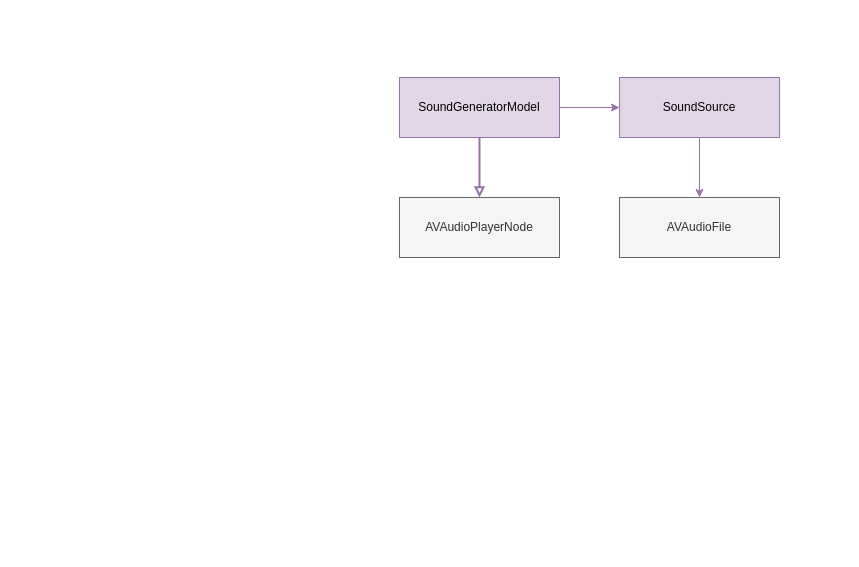
Above: page "SoundEngine Framework" (3 of 3) of Mobile Lab Design.drawio in jerryweb/The-Mobile-Lab (draw.io), before the change. Source tidied: cells renumbered, new cells numbered last; positions are measured from the earlier drawing's top-left corner, leaving out a move shared by most shapes. Both pictures are drawn from the tidied source at 100%, with x=0, y=0 at pixel (399, 77).
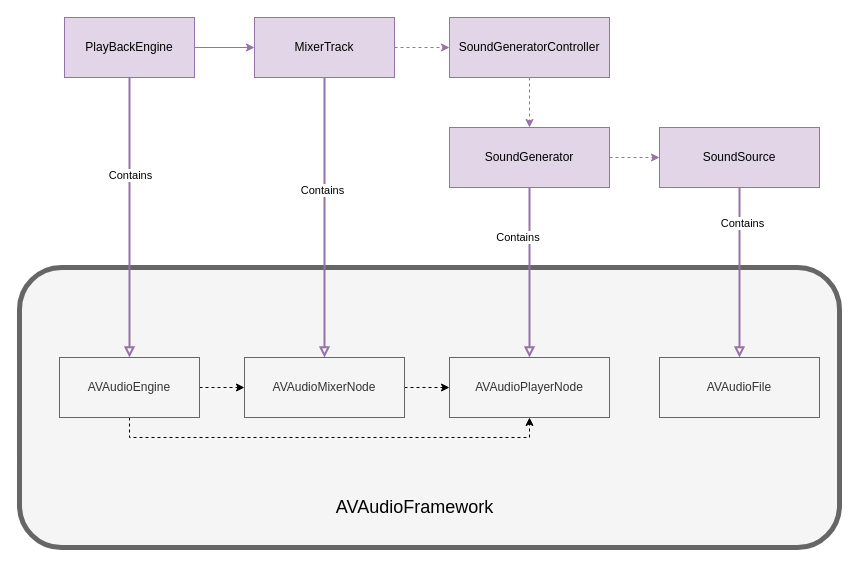
Above is the later version.

Change to the diagram source:
```diff
@@
+    <mxCell id="9" style="rounded=1;whiteSpace=wrap;html=1;fillColor=#f5f5f5;strokeColor=#666666;fontColor=#333333;strokeWidth=5;" parent="1" vertex="1">
+      <mxGeometry x="-380" y="190" width="820" height="280" as="geometry" />
+    </mxCell>
-    <mxCell id="2" style="edgeStyle=orthogonalEdgeStyle;rounded=0;jettySize=auto;html=1;endArrow=block;endFill=0;strokeWidth=2;fillColor=#e1d5e7;strokeColor=#9673a6;" parent="1" edge="1" source="4" target="5">
-      <mxGeometry relative="1" as="geometry" />
+    <mxCell id="2" value="Contains&amp;nbsp;" style="edgeStyle=orthogonalEdgeStyle;rounded=0;jettySize=auto;html=1;endArrow=block;endFill=0;strokeWidth=2;fillColor=#e1d5e7;strokeColor=#9673a6;" parent="1" edge="1" source="4" target="5">
+      <mxGeometry x="-0.41" y="-10" relative="1" as="geometry" />
     </mxCell>
-    <mxCell id="3" style="edgeStyle=orthogonalEdgeStyle;rounded=0;jettySize=auto;html=1;endArrow=classic;endFill=1;strokeWidth=1;fillColor=#e1d5e7;strokeColor=#9673a6;" parent="1" edge="1" source="4" target="7">
+    <mxCell id="3" style="edgeStyle=orthogonalEdgeStyle;rounded=0;jettySize=auto;html=1;entryX=0;entryY=0.5;entryDx=0;entryDy=0;dashed=1;fillColor=#e1d5e7;strokeColor=#9673a6;" parent="1" edge="1" source="4" target="7">
       <mxGeometry relative="1" as="geometry" />
     </mxCell>
-    <mxCell id="4" value="SoundGeneratorModel" style="rounded=0;whiteSpace=wrap;html=1;fillColor=#e1d5e7;strokeColor=#9673a6;" parent="1" vertex="1">
-      <mxGeometry width="160" height="60" as="geometry" />
+    <mxCell id="4" value="SoundGenerator" style="rounded=0;whiteSpace=wrap;html=1;fillColor=#e1d5e7;strokeColor=#9673a6;" parent="1" vertex="1">
+      <mxGeometry x="50" y="50" width="160" height="60" as="geometry" />
     </mxCell>
     <mxCell id="5" value="AVAudioPlayerNode" style="rounded=0;whiteSpace=wrap;html=1;fillColor=#f5f5f5;strokeColor=#666666;fontColor=#333333;" parent="1" vertex="1">
-      <mxGeometry y="120" width="160" height="60" as="geometry" />
+      <mxGeometry x="50" y="280" width="160" height="60" as="geometry" />
     </mxCell>
-    <mxCell id="6" style="edgeStyle=orthogonalEdgeStyle;rounded=0;jettySize=auto;html=1;fillColor=#e1d5e7;strokeColor=#9673a6;" parent="1" edge="1" source="7" target="8">
+    <mxCell id="6" style="edgeStyle=orthogonalEdgeStyle;rounded=0;jettySize=auto;html=1;fillColor=#e1d5e7;strokeColor=#9673a6;endArrow=block;endFill=0;strokeWidth=2;" parent="1" edge="1" source="7" target="8">
       <mxGeometry relative="1" as="geometry" />
     </mxCell>
+    <mxCell id="10" value="Contains" style="edgeLabel;html=1;align=center;verticalAlign=middle;" parent="6" vertex="1">
+      <mxGeometry x="-0.59" y="2" relative="1" as="geometry" />
+    </mxCell>
     <mxCell id="7" value="SoundSource" style="rounded=0;whiteSpace=wrap;html=1;fillColor=#e1d5e7;strokeColor=#9673a6;" parent="1" vertex="1">
-      <mxGeometry x="220" width="160" height="60" as="geometry" />
+      <mxGeometry x="260" y="50" width="160" height="60" as="geometry" />
     </mxCell>
     <mxCell id="8" value="AVAudioFile" style="rounded=0;whiteSpace=wrap;html=1;fillColor=#f5f5f5;strokeColor=#666666;fontColor=#333333;" parent="1" vertex="1">
-      <mxGeometry x="220" y="120" width="160" height="60" as="geometry" />
+      <mxGeometry x="260" y="280" width="160" height="60" as="geometry" />
     </mxCell>
+    <mxCell id="11" style="edgeStyle=orthogonalEdgeStyle;rounded=0;jettySize=auto;html=1;entryX=0;entryY=0.5;entryDx=0;entryDy=0;dashed=1;fillColor=#e1d5e7;strokeColor=#9673a6;" parent="1" edge="1" source="14" target="23">
+      <mxGeometry relative="1" as="geometry" />
+    </mxCell>
+    <mxCell id="12" style="edgeStyle=orthogonalEdgeStyle;rounded=0;jettySize=auto;html=1;entryX=0.5;entryY=0;entryDx=0;entryDy=0;fillColor=#e1d5e7;strokeColor=#9673a6;endArrow=block;endFill=0;strokeWidth=2;" parent="1" edge="1" source="14" target="25">
+      <mxGeometry relative="1" as="geometry" />
+    </mxCell>
+    <mxCell id="13" value="Contains" style="edgeLabel;html=1;align=center;verticalAlign=middle;" parent="12" vertex="1">
+      <mxGeometry x="-0.2" y="-3" relative="1" as="geometry" />
+    </mxCell>
+    <mxCell id="14" value="MixerTrack" style="rounded=0;whiteSpace=wrap;html=1;fillColor=#e1d5e7;strokeColor=#9673a6;" parent="1" vertex="1">
+      <mxGeometry x="-145" y="-60" width="140" height="60" as="geometry" />
+    </mxCell>
+    <mxCell id="15" style="edgeStyle=orthogonalEdgeStyle;rounded=0;jettySize=auto;html=1;fillColor=#e1d5e7;strokeColor=#9673a6;entryX=0;entryY=0.5;entryDx=0;entryDy=0;" parent="1" edge="1" source="18" target="14">
+      <mxGeometry relative="1" as="geometry" />
+    </mxCell>
+    <mxCell id="16" style="edgeStyle=orthogonalEdgeStyle;rounded=0;jettySize=auto;html=1;fillColor=#e1d5e7;strokeColor=#9673a6;endArrow=block;endFill=0;strokeWidth=2;" parent="1" edge="1" source="18" target="21">
+      <mxGeometry relative="1" as="geometry" />
+    </mxCell>
+    <mxCell id="17" value="Contains" style="edgeLabel;html=1;align=center;verticalAlign=middle;" parent="16" vertex="1">
+      <mxGeometry x="-0.31" relative="1" as="geometry" />
+    </mxCell>
+    <mxCell id="18" value="PlayBackEngine" style="rounded=0;whiteSpace=wrap;html=1;fillColor=#e1d5e7;strokeColor=#9673a6;" parent="1" vertex="1">
+      <mxGeometry x="-335" y="-60" width="130" height="60" as="geometry" />
+    </mxCell>
+    <mxCell id="19" style="edgeStyle=orthogonalEdgeStyle;rounded=0;jettySize=auto;html=1;dashed=1;" parent="1" edge="1" source="21" target="25">
+      <mxGeometry relative="1" as="geometry" />
+    </mxCell>
+    <mxCell id="20" style="edgeStyle=orthogonalEdgeStyle;rounded=0;jettySize=auto;html=1;entryX=0.5;entryY=1;entryDx=0;entryDy=0;dashed=1;exitX=0.5;exitY=1;exitDx=0;exitDy=0;" parent="1" edge="1" source="21" target="5">
+      <mxGeometry relative="1" as="geometry" />
+    </mxCell>
+    <mxCell id="21" value="AVAudioEngine" style="rounded=0;whiteSpace=wrap;html=1;fillColor=#f5f5f5;strokeColor=#666666;fontColor=#333333;" parent="1" vertex="1">
+      <mxGeometry x="-340" y="280" width="140" height="60" as="geometry" />
+    </mxCell>
+    <mxCell id="22" style="edgeStyle=orthogonalEdgeStyle;rounded=0;jettySize=auto;html=1;dashed=1;entryX=0.5;entryY=0;entryDx=0;entryDy=0;fillColor=#e1d5e7;strokeColor=#9673a6;" parent="1" edge="1" source="23" target="4">
+      <mxGeometry relative="1" as="geometry" />
+    </mxCell>
+    <mxCell id="23" value="SoundGeneratorController" style="rounded=0;whiteSpace=wrap;html=1;fillColor=#e1d5e7;strokeColor=#9673a6;" parent="1" vertex="1">
+      <mxGeometry x="50" y="-60" width="160" height="60" as="geometry" />
+    </mxCell>
+    <mxCell id="24" style="edgeStyle=orthogonalEdgeStyle;rounded=0;jettySize=auto;html=1;entryX=0;entryY=0.5;entryDx=0;entryDy=0;dashed=1;" parent="1" edge="1" source="25" target="5">
+      <mxGeometry relative="1" as="geometry" />
+    </mxCell>
+    <mxCell id="25" value="AVAudioMixerNode" style="rounded=0;whiteSpace=wrap;html=1;fillColor=#f5f5f5;strokeColor=#666666;fontColor=#333333;" parent="1" vertex="1">
+      <mxGeometry x="-155" y="280" width="160" height="60" as="geometry" />
+    </mxCell>
+    <mxCell id="26" value="&lt;font style=&quot;font-size: 18px&quot;&gt;AVAudioFramework&lt;/font&gt;" style="text;html=1;align=center;verticalAlign=middle;strokeColor=none;" parent="1" vertex="1">
+      <mxGeometry x="-70" y="420" width="170" height="20" as="geometry" />
+    </mxCell>
```
